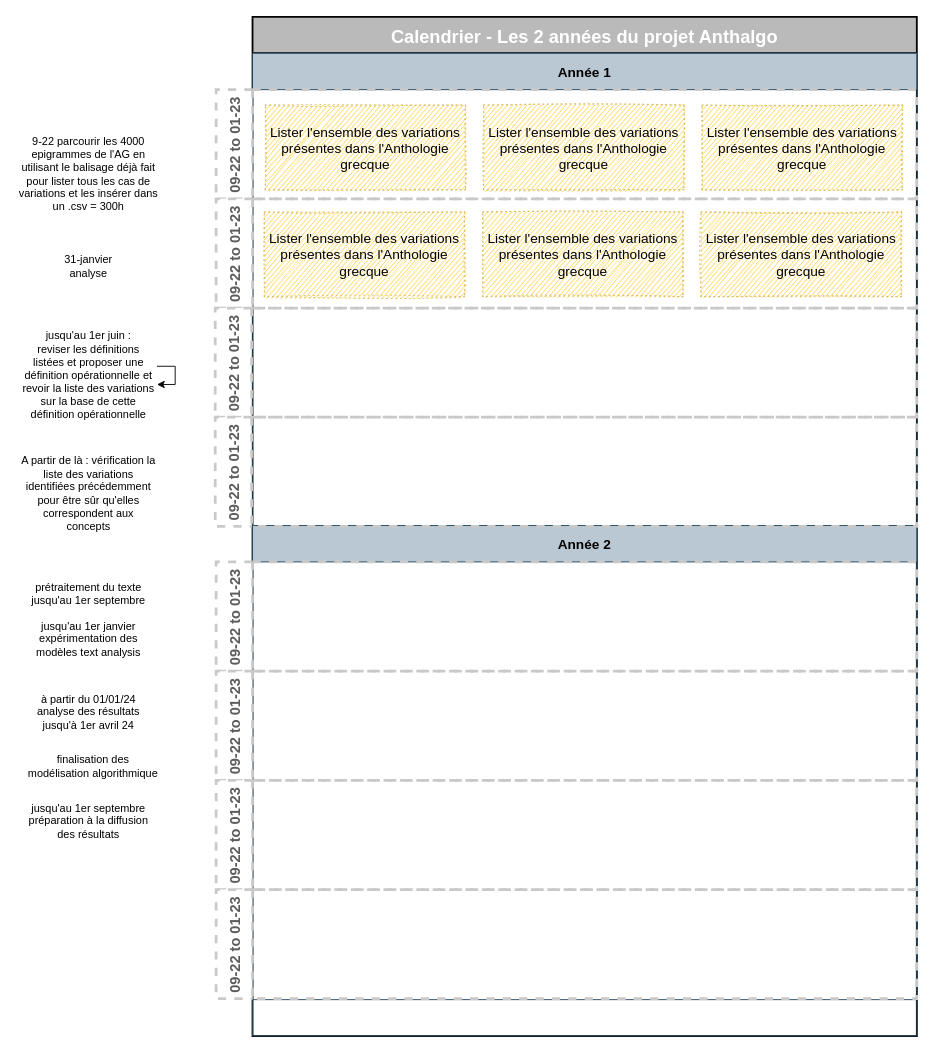
This is Untitled Diagram.drawio from RochDLY/drawAAP, a draw.io file, before an edit. Source tidied: cells renumbered, new cells numbered last; positions are measured from the earlier drawing's top-left corner, leaving out a move shared by most shapes. Both pictures are drawn from the tidied source at 91%, with x=0, y=0 at pixel (15, 16).
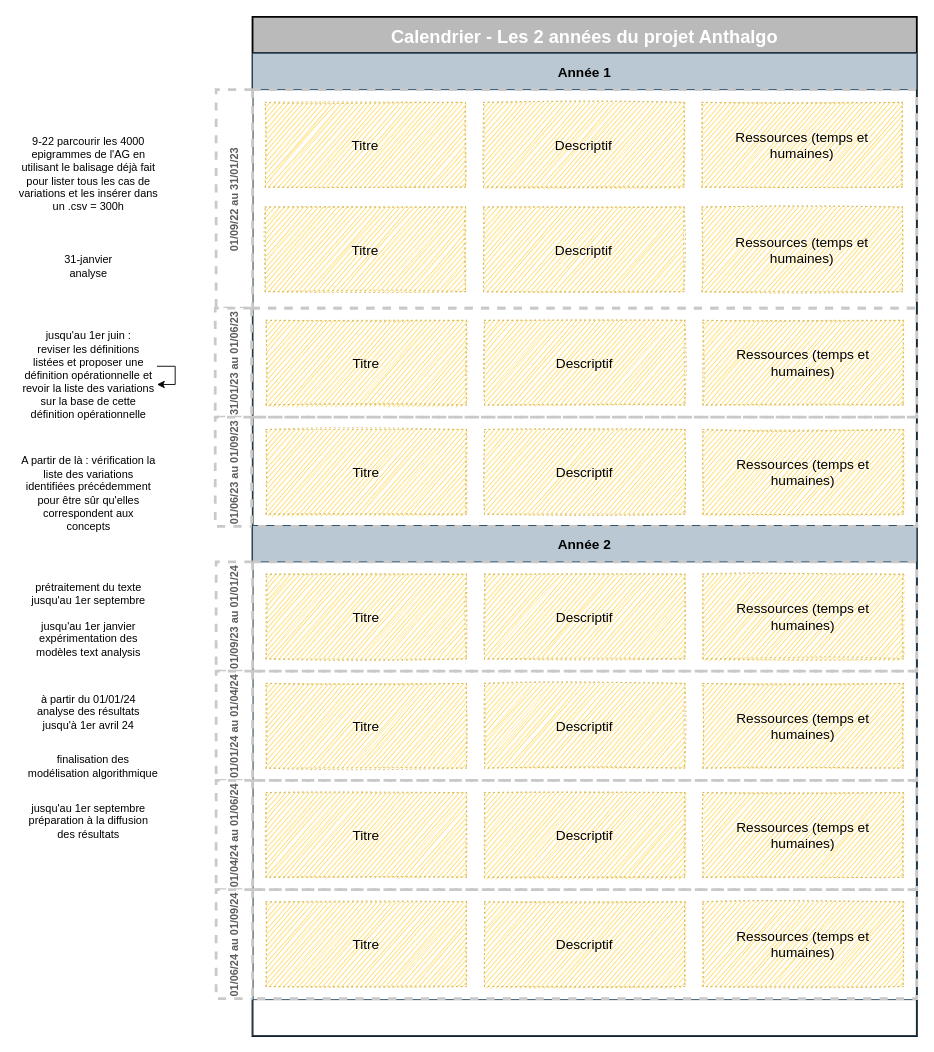
Above is the later version.

The change refers to these unchanged cells:
```xml
<mxCell id="3" value="Année 1" style="swimlane;startSize=40;fillColor=#bac8d3;strokeColor=#23445d;fontSize=15;" parent="2" vertex="1">
  <mxGeometry y="40" width="730" height="1080" as="geometry" />
</mxCell>
```

Diff of the diagram source:
```diff
@@
-    <mxCell id="4" value="09-22 to 01-23" style="swimlane;horizontal=0;dashed=1;startSize=40;fontSize=16;strokeWidth=3;strokeColor=#C9C9C9;fontColor=#5C5C5C;" parent="3" vertex="1">
-      <mxGeometry x="-40" y="40" width="770" height="120" as="geometry" />
+    <mxCell id="4" value="01/09/22 au 31/01/23" style="swimlane;horizontal=0;dashed=1;startSize=40;fontSize=12;strokeWidth=3;strokeColor=#C9C9C9;fontColor=#5C5C5C;" parent="3" vertex="1">
+      <mxGeometry x="-40" y="40" width="770" height="240" as="geometry" />
     </mxCell>
@@
-    <mxCell id="6" value="Lister l'ensemble des variations présentes dans l'Anthologie grecque" style="rounded=0;whiteSpace=wrap;html=1;dashed=1;fontSize=15;fillColor=#FFCD28;strokeColor=#d6b656;dashPattern=1 4;gradientColor=none;align=center;sketch=1;" parent="4" vertex="1">
-      <mxGeometry x="54" y="17" width="220" height="93" as="geometry" />
+    <mxCell id="6" value="Titre " style="rounded=0;whiteSpace=wrap;html=1;dashed=1;fontSize=15;fillColor=#FFCD28;strokeColor=#d6b656;dashPattern=1 4;gradientColor=none;align=center;sketch=1;" parent="4" vertex="1">
+      <mxGeometry x="54" y="14" width="220" height="93" as="geometry" />
     </mxCell>
-    <mxCell id="7" value="Lister l'ensemble des variations présentes dans l'Anthologie grecque" style="rounded=0;whiteSpace=wrap;html=1;dashed=1;fontSize=15;fillColor=#FFCD28;strokeColor=#d6b656;dashPattern=1 4;gradientColor=none;align=center;sketch=1;" parent="4" vertex="1">
-      <mxGeometry x="294" y="17" width="220" height="93" as="geometry" />
+    <mxCell id="7" value="Descriptif" style="rounded=0;whiteSpace=wrap;html=1;dashed=1;fontSize=15;fillColor=#FFCD28;strokeColor=#d6b656;dashPattern=1 4;gradientColor=none;align=center;sketch=1;" parent="4" vertex="1">
+      <mxGeometry x="294" y="14" width="220" height="93" as="geometry" />
     </mxCell>
-    <mxCell id="8" value="Lister l'ensemble des variations présentes dans l'Anthologie grecque" style="rounded=0;whiteSpace=wrap;html=1;dashed=1;fontSize=15;fillColor=#FFCD28;strokeColor=#d6b656;dashPattern=1 4;gradientColor=none;align=center;sketch=1;" parent="4" vertex="1">
-      <mxGeometry x="534" y="17" width="220" height="93" as="geometry" />
+    <mxCell id="8" value="Ressources (temps et humaines)" style="rounded=0;whiteSpace=wrap;html=1;dashed=1;fontSize=15;fillColor=#FFCD28;strokeColor=#d6b656;dashPattern=1 4;gradientColor=none;align=center;sketch=1;" parent="4" vertex="1">
+      <mxGeometry x="534" y="14" width="220" height="93" as="geometry" />
     </mxCell>
+    <mxCell id="37" value="Titre " style="rounded=0;whiteSpace=wrap;html=1;dashed=1;fontSize=15;fillColor=#FFCD28;strokeColor=#d6b656;dashPattern=1 4;gradientColor=none;align=center;sketch=1;" parent="4" vertex="1">
+      <mxGeometry x="54" y="129" width="220" height="93" as="geometry" />
+    </mxCell>
+    <mxCell id="38" value="Descriptif" style="rounded=0;whiteSpace=wrap;html=1;dashed=1;fontSize=15;fillColor=#FFCD28;strokeColor=#d6b656;dashPattern=1 4;gradientColor=none;align=center;sketch=1;" parent="4" vertex="1">
+      <mxGeometry x="294" y="129" width="220" height="93" as="geometry" />
+    </mxCell>
+    <mxCell id="39" value="Ressources (temps et humaines)" style="rounded=0;whiteSpace=wrap;html=1;dashed=1;fontSize=15;fillColor=#FFCD28;strokeColor=#d6b656;dashPattern=1 4;gradientColor=none;align=center;sketch=1;" parent="4" vertex="1">
+      <mxGeometry x="534" y="129" width="220" height="93" as="geometry" />
+    </mxCell>
@@
-    <mxCell id="20" value="09-22 to 01-23" style="swimlane;horizontal=0;dashed=1;startSize=40;fontSize=16;strokeWidth=3;strokeColor=#C9C9C9;fontColor=#5C5C5C;" parent="1" vertex="1">
-      <mxGeometry x="220" y="200" width="770" height="120" as="geometry" />
-    </mxCell>
-    <mxCell id="21" style="edgeStyle=orthogonalEdgeStyle;rounded=0;orthogonalLoop=1;jettySize=auto;html=1;fontFamily=Garamond;fontSize=17;fontColor=#000000;endSize=6;strokeColor=#FFA500;strokeWidth=3;startArrow=none;" parent="20" edge="1">
-      <mxGeometry relative="1" as="geometry">
-        <mxPoint x="380" y="139" as="sourcePoint" />
-        <mxPoint x="380" y="139" as="targetPoint" />
-      </mxGeometry>
-    </mxCell>
-    <mxCell id="22" value="Lister l'ensemble des variations présentes dans l'Anthologie grecque" style="rounded=0;whiteSpace=wrap;html=1;dashed=1;fontSize=15;fillColor=#FFCD28;strokeColor=#d6b656;dashPattern=1 4;gradientColor=none;align=center;sketch=1;" parent="20" vertex="1">
-      <mxGeometry x="53" y="14.5" width="220" height="93" as="geometry" />
-    </mxCell>
-    <mxCell id="23" value="Lister l'ensemble des variations présentes dans l'Anthologie grecque" style="rounded=0;whiteSpace=wrap;html=1;dashed=1;fontSize=15;fillColor=#FFCD28;strokeColor=#d6b656;dashPattern=1 4;gradientColor=none;align=center;sketch=1;" parent="20" vertex="1">
-      <mxGeometry x="293" y="14.5" width="220" height="93" as="geometry" />
-    </mxCell>
-    <mxCell id="24" value="Lister l'ensemble des variations présentes dans l'Anthologie grecque" style="rounded=0;whiteSpace=wrap;html=1;dashed=1;fontSize=15;fillColor=#FFCD28;strokeColor=#d6b656;dashPattern=1 4;gradientColor=none;align=center;sketch=1;" parent="20" vertex="1">
-      <mxGeometry x="533" y="14.5" width="220" height="93" as="geometry" />
-    </mxCell>
-    <mxCell id="25" value="09-22 to 01-23" style="swimlane;horizontal=0;dashed=1;startSize=40;fontSize=16;strokeWidth=3;strokeColor=#C9C9C9;fontColor=#5C5C5C;" parent="1" vertex="1">
+    <mxCell id="25" value="31/01/23 au 01/06/23" style="swimlane;horizontal=0;dashed=1;startSize=40;fontSize=12;strokeWidth=3;strokeColor=#C9C9C9;fontColor=#5C5C5C;" parent="1" vertex="1">
       <mxGeometry x="219" y="320" width="771" height="120" as="geometry" />
     </mxCell>
@@
+    <mxCell id="40" value="Titre " style="rounded=0;whiteSpace=wrap;html=1;dashed=1;fontSize=15;fillColor=#FFCD28;strokeColor=#d6b656;dashPattern=1 4;gradientColor=none;align=center;sketch=1;" parent="25" vertex="1">
+      <mxGeometry x="56" y="13.5" width="220" height="93" as="geometry" />
+    </mxCell>
+    <mxCell id="41" value="Descriptif" style="rounded=0;whiteSpace=wrap;html=1;dashed=1;fontSize=15;fillColor=#FFCD28;strokeColor=#d6b656;dashPattern=1 4;gradientColor=none;align=center;sketch=1;" parent="25" vertex="1">
+      <mxGeometry x="296" y="13.5" width="220" height="93" as="geometry" />
+    </mxCell>
+    <mxCell id="42" value="Ressources (temps et humaines)" style="rounded=0;whiteSpace=wrap;html=1;dashed=1;fontSize=15;fillColor=#FFCD28;strokeColor=#d6b656;dashPattern=1 4;gradientColor=none;align=center;sketch=1;" parent="25" vertex="1">
+      <mxGeometry x="536" y="13.5" width="220" height="93" as="geometry" />
+    </mxCell>
-    <mxCell id="27" value="09-22 to 01-23" style="swimlane;horizontal=0;dashed=1;startSize=40;fontSize=16;strokeWidth=3;strokeColor=#C9C9C9;fontColor=#5C5C5C;" parent="1" vertex="1">
+    <mxCell id="27" value="01/06/23 au 01/09/23" style="swimlane;horizontal=0;dashed=1;startSize=40;fontSize=12;strokeWidth=3;strokeColor=#C9C9C9;fontColor=#5C5C5C;" parent="1" vertex="1">
       <mxGeometry x="219" y="440" width="771" height="120" as="geometry" />
     </mxCell>
@@
+    <mxCell id="43" value="Titre " style="rounded=0;whiteSpace=wrap;html=1;dashed=1;fontSize=15;fillColor=#FFCD28;strokeColor=#d6b656;dashPattern=1 4;gradientColor=none;align=center;sketch=1;" parent="27" vertex="1">
+      <mxGeometry x="56" y="13.5" width="220" height="93" as="geometry" />
+    </mxCell>
+    <mxCell id="44" value="Descriptif" style="rounded=0;whiteSpace=wrap;html=1;dashed=1;fontSize=15;fillColor=#FFCD28;strokeColor=#d6b656;dashPattern=1 4;gradientColor=none;align=center;sketch=1;" parent="27" vertex="1">
+      <mxGeometry x="296" y="13.5" width="220" height="93" as="geometry" />
+    </mxCell>
+    <mxCell id="45" value="Ressources (temps et humaines)" style="rounded=0;whiteSpace=wrap;html=1;dashed=1;fontSize=15;fillColor=#FFCD28;strokeColor=#d6b656;dashPattern=1 4;gradientColor=none;align=center;sketch=1;" parent="27" vertex="1">
+      <mxGeometry x="536" y="13.5" width="220" height="93" as="geometry" />
+    </mxCell>
-    <mxCell id="29" value="09-22 to 01-23" style="swimlane;horizontal=0;dashed=1;startSize=40;fontSize=16;strokeWidth=3;strokeColor=#C9C9C9;fontColor=#5C5C5C;" parent="1" vertex="1">
+    <mxCell id="29" value="01/09/23 au 01/01/24" style="swimlane;horizontal=0;dashed=1;startSize=40;fontSize=12;strokeWidth=3;strokeColor=#C9C9C9;fontColor=#5C5C5C;" parent="1" vertex="1">
       <mxGeometry x="220" y="599" width="770" height="120" as="geometry" />
     </mxCell>
@@
+    <mxCell id="46" value="Titre " style="rounded=0;whiteSpace=wrap;html=1;dashed=1;fontSize=15;fillColor=#FFCD28;strokeColor=#d6b656;dashPattern=1 4;gradientColor=none;align=center;sketch=1;" parent="29" vertex="1">
+      <mxGeometry x="55" y="13.5" width="220" height="93" as="geometry" />
+    </mxCell>
+    <mxCell id="47" value="Descriptif" style="rounded=0;whiteSpace=wrap;html=1;dashed=1;fontSize=15;fillColor=#FFCD28;strokeColor=#d6b656;dashPattern=1 4;gradientColor=none;align=center;sketch=1;" parent="29" vertex="1">
+      <mxGeometry x="295" y="13.5" width="220" height="93" as="geometry" />
+    </mxCell>
+    <mxCell id="48" value="Ressources (temps et humaines)" style="rounded=0;whiteSpace=wrap;html=1;dashed=1;fontSize=15;fillColor=#FFCD28;strokeColor=#d6b656;dashPattern=1 4;gradientColor=none;align=center;sketch=1;" parent="29" vertex="1">
+      <mxGeometry x="535" y="13.5" width="220" height="93" as="geometry" />
+    </mxCell>
-    <mxCell id="31" value="09-22 to 01-23" style="swimlane;horizontal=0;dashed=1;startSize=40;fontSize=16;strokeWidth=3;strokeColor=#C9C9C9;fontColor=#5C5C5C;" parent="1" vertex="1">
+    <mxCell id="31" value="01/01/24 au 01/04/24" style="swimlane;horizontal=0;dashed=1;startSize=40;fontSize=12;strokeWidth=3;strokeColor=#C9C9C9;fontColor=#5C5C5C;" parent="1" vertex="1">
       <mxGeometry x="220" y="719" width="770" height="120" as="geometry" />
     </mxCell>
@@
+    <mxCell id="49" value="Titre " style="rounded=0;whiteSpace=wrap;html=1;dashed=1;fontSize=15;fillColor=#FFCD28;strokeColor=#d6b656;dashPattern=1 4;gradientColor=none;align=center;sketch=1;" parent="31" vertex="1">
+      <mxGeometry x="55" y="13.5" width="220" height="93" as="geometry" />
+    </mxCell>
+    <mxCell id="50" value="Descriptif" style="rounded=0;whiteSpace=wrap;html=1;dashed=1;fontSize=15;fillColor=#FFCD28;strokeColor=#d6b656;dashPattern=1 4;gradientColor=none;align=center;sketch=1;" parent="31" vertex="1">
+      <mxGeometry x="295" y="13.5" width="220" height="93" as="geometry" />
+    </mxCell>
+    <mxCell id="51" value="Ressources (temps et humaines)" style="rounded=0;whiteSpace=wrap;html=1;dashed=1;fontSize=15;fillColor=#FFCD28;strokeColor=#d6b656;dashPattern=1 4;gradientColor=none;align=center;sketch=1;" parent="31" vertex="1">
+      <mxGeometry x="535" y="13.5" width="220" height="93" as="geometry" />
+    </mxCell>
-    <mxCell id="33" value="09-22 to 01-23" style="swimlane;horizontal=0;dashed=1;startSize=40;fontSize=16;strokeWidth=3;strokeColor=#C9C9C9;fontColor=#5C5C5C;" parent="1" vertex="1">
+    <mxCell id="33" value="01/04/24 au 01/06/24" style="swimlane;horizontal=0;dashed=1;startSize=40;fontSize=12;strokeWidth=3;strokeColor=#C9C9C9;fontColor=#5C5C5C;" parent="1" vertex="1">
       <mxGeometry x="220" y="839" width="770" height="120" as="geometry" />
     </mxCell>
@@
+    <mxCell id="52" value="Titre " style="rounded=0;whiteSpace=wrap;html=1;dashed=1;fontSize=15;fillColor=#FFCD28;strokeColor=#d6b656;dashPattern=1 4;gradientColor=none;align=center;sketch=1;" parent="33" vertex="1">
+      <mxGeometry x="55" y="13.5" width="220" height="93" as="geometry" />
+    </mxCell>
+    <mxCell id="53" value="Descriptif" style="rounded=0;whiteSpace=wrap;html=1;dashed=1;fontSize=15;fillColor=#FFCD28;strokeColor=#d6b656;dashPattern=1 4;gradientColor=none;align=center;sketch=1;" parent="33" vertex="1">
+      <mxGeometry x="295" y="13.5" width="220" height="93" as="geometry" />
+    </mxCell>
+    <mxCell id="54" value="Ressources (temps et humaines)" style="rounded=0;whiteSpace=wrap;html=1;dashed=1;fontSize=15;fillColor=#FFCD28;strokeColor=#d6b656;dashPattern=1 4;gradientColor=none;align=center;sketch=1;" parent="33" vertex="1">
+      <mxGeometry x="535" y="13.5" width="220" height="93" as="geometry" />
+    </mxCell>
-    <mxCell id="35" value="09-22 to 01-23" style="swimlane;horizontal=0;dashed=1;startSize=40;fontSize=16;strokeWidth=3;strokeColor=#C9C9C9;fontColor=#5C5C5C;" parent="1" vertex="1">
+    <mxCell id="35" value="01/06/24 au 01/09/24" style="swimlane;horizontal=0;dashed=1;startSize=40;fontSize=12;strokeWidth=3;strokeColor=#C9C9C9;fontColor=#5C5C5C;" parent="1" vertex="1">
       <mxGeometry x="220" y="959" width="770" height="120" as="geometry" />
     </mxCell>
@@
+    <mxCell id="55" value="Titre " style="rounded=0;whiteSpace=wrap;html=1;dashed=1;fontSize=15;fillColor=#FFCD28;strokeColor=#d6b656;dashPattern=1 4;gradientColor=none;align=center;sketch=1;" parent="35" vertex="1">
+      <mxGeometry x="55" y="13.5" width="220" height="93" as="geometry" />
+    </mxCell>
+    <mxCell id="56" value="Descriptif" style="rounded=0;whiteSpace=wrap;html=1;dashed=1;fontSize=15;fillColor=#FFCD28;strokeColor=#d6b656;dashPattern=1 4;gradientColor=none;align=center;sketch=1;" parent="35" vertex="1">
+      <mxGeometry x="295" y="13.5" width="220" height="93" as="geometry" />
+    </mxCell>
+    <mxCell id="57" value="Ressources (temps et humaines)" style="rounded=0;whiteSpace=wrap;html=1;dashed=1;fontSize=15;fillColor=#FFCD28;strokeColor=#d6b656;dashPattern=1 4;gradientColor=none;align=center;sketch=1;" parent="35" vertex="1">
+      <mxGeometry x="535" y="13.5" width="220" height="93" as="geometry" />
+    </mxCell>
```
